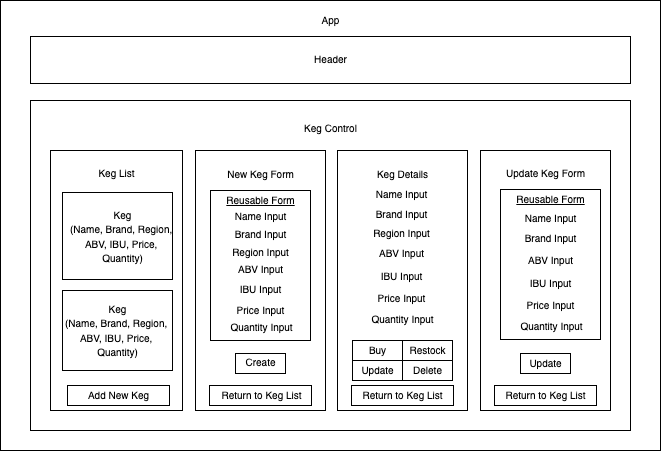
The draw.io diagram src/img/Tap-Room.png in johnwhittenstudio/tap-room, before a commit. Source tidied: cells renumbered, new cells last; positions are measured from the earlier drawing's top-left corner, leaving out a move shared by most shapes.
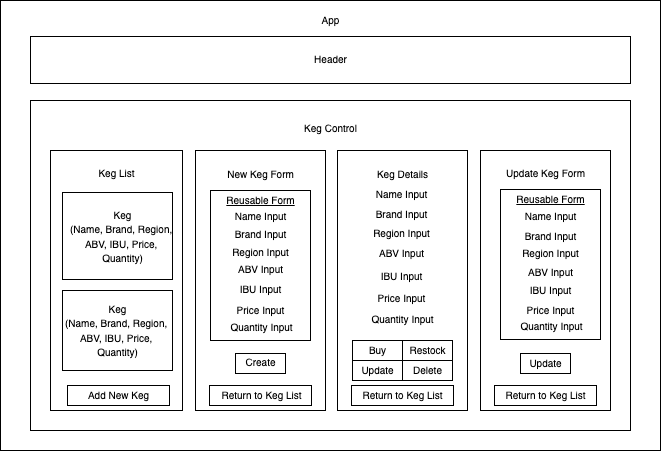
After the change.

What changed in the source:
```diff
@@ -123,25 +123,25 @@
       <mxGeometry x="500" y="189" width="100" height="150" as="geometry" />
     </mxCell>
     <mxCell id="42" value="&lt;font style=&quot;font-size: 10px;&quot;&gt;Brand Input&lt;/font&gt;" style="text;html=1;align=center;verticalAlign=middle;fillColor=none;strokeColor=none;rounded=0;" parent="1" vertex="1">
-      <mxGeometry x="515" y="228" width="70" height="20" as="geometry" />
+      <mxGeometry x="515" y="225.5" width="70" height="20" as="geometry" />
     </mxCell>
     <mxCell id="43" value="&lt;font style=&quot;font-size: 10px;&quot;&gt;ABV Input&lt;/font&gt;" style="text;html=1;align=center;verticalAlign=middle;fillColor=none;strokeColor=none;rounded=0;" parent="1" vertex="1">
-      <mxGeometry x="520" y="250" width="60" height="20" as="geometry" />
+      <mxGeometry x="520" y="262" width="60" height="20" as="geometry" />
     </mxCell>
     <mxCell id="44" value="&lt;font style=&quot;font-size: 10px;&quot;&gt;Price Input&lt;/font&gt;" style="text;html=1;align=center;verticalAlign=middle;fillColor=none;strokeColor=none;rounded=0;" parent="1" vertex="1">
-      <mxGeometry x="520" y="295" width="60" height="20" as="geometry" />
+      <mxGeometry x="520" y="300" width="60" height="20" as="geometry" />
     </mxCell>
     <mxCell id="45" value="&lt;font style=&quot;font-size: 10px;&quot;&gt;Quantity Input&lt;/font&gt;" style="text;html=1;align=center;verticalAlign=middle;fillColor=none;strokeColor=none;rounded=0;" parent="1" vertex="1">
       <mxGeometry x="511" y="316" width="80" height="20" as="geometry" />
     </mxCell>
     <mxCell id="46" value="&lt;font style=&quot;font-size: 10px;&quot;&gt;Name Input&lt;/font&gt;" style="text;html=1;align=center;verticalAlign=middle;fillColor=none;strokeColor=none;rounded=0;" parent="1" vertex="1">
-      <mxGeometry x="515" y="208" width="70" height="20" as="geometry" />
+      <mxGeometry x="515" y="206" width="70" height="20" as="geometry" />
     </mxCell>
     <mxCell id="47" value="&lt;font style=&quot;font-size: 10px;&quot;&gt;&lt;u&gt;Reusable Form&lt;/u&gt;&lt;/font&gt;" style="text;html=1;align=center;verticalAlign=middle;fillColor=none;strokeColor=none;rounded=0;" parent="1" vertex="1">
       <mxGeometry x="510" y="189" width="80" height="20" as="geometry" />
     </mxCell>
     <mxCell id="48" value="&lt;font style=&quot;font-size: 10px;&quot;&gt;IBU Input&lt;/font&gt;" style="text;html=1;align=center;verticalAlign=middle;fillColor=none;strokeColor=none;rounded=0;" parent="1" vertex="1">
-      <mxGeometry x="520" y="273" width="60" height="20" as="geometry" />
+      <mxGeometry x="520" y="280" width="60" height="20" as="geometry" />
     </mxCell>
     <mxCell id="49" value="&lt;font style=&quot;font-size: 10px;&quot;&gt;Brand Input&lt;/font&gt;" style="text;html=1;align=center;verticalAlign=middle;fillColor=none;strokeColor=none;rounded=0;" parent="1" vertex="1">
       <mxGeometry x="366" y="204" width="70" height="20" as="geometry" />
@@ -188,5 +188,8 @@
     <mxCell id="63" value="&lt;font style=&quot;font-size: 10px;&quot;&gt;Restock&lt;/font&gt;" style="text;html=1;align=center;verticalAlign=middle;fillColor=none;strokeColor=none;rounded=0;" parent="1" vertex="1">
       <mxGeometry x="402" y="340" width="50" height="20" as="geometry" />
     </mxCell>
+    <mxCell id="64" value="&lt;font style=&quot;font-size: 10px;&quot;&gt;Region Input&lt;/font&gt;" style="text;html=1;align=center;verticalAlign=middle;fillColor=none;strokeColor=none;rounded=0;" parent="1" vertex="1">
+      <mxGeometry x="515" y="243" width="70" height="20" as="geometry" />
+    </mxCell>
   </root>
 </mxGraphModel>
```
